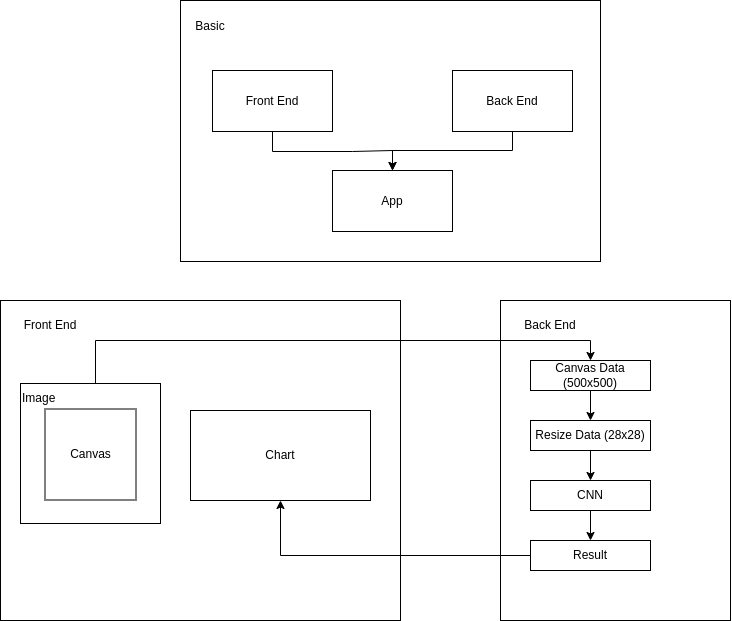
This is assets/mnist_proj_flowchart.drawio.png from anuj-nair/mnist_proj, a draw.io export, as it was before one commit. Source tidied: cells renumbered, new cells last; positions are measured from the earlier drawing's top-left corner, leaving out a move shared by most shapes.
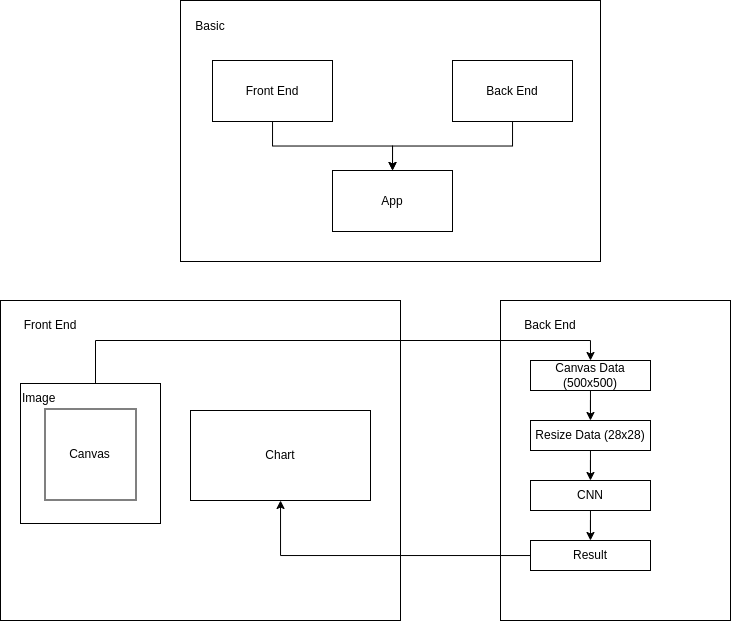
The same diagram one commit later.

Diff of the diagram source:
```diff
@@ -18,18 +18,13 @@
       <mxGeometry relative="1" as="geometry" />
     </mxCell>
     <mxCell id="7" value="Front End" style="rounded=0;whiteSpace=wrap;html=1;" parent="1" vertex="1">
-      <mxGeometry x="212" y="70" width="120" height="61" as="geometry" />
+      <mxGeometry x="212" y="60" width="120" height="61" as="geometry" />
     </mxCell>
-    <mxCell id="8" style="edgeStyle=orthogonalEdgeStyle;rounded=0;jettySize=auto;html=1;exitX=0.5;exitY=1;exitDx=0;exitDy=0;" parent="1" edge="1" source="9" target="10">
-      <mxGeometry relative="1" as="geometry">
-        <Array as="points">
-          <mxPoint x="512" y="150" />
-          <mxPoint x="392" y="150" />
-        </Array>
-      </mxGeometry>
+    <mxCell id="8" style="edgeStyle=orthogonalEdgeStyle;rounded=0;jettySize=auto;html=1;entryX=0.5;entryY=0;entryDx=0;entryDy=0;" parent="1" edge="1" source="9" target="10">
+      <mxGeometry relative="1" as="geometry" />
     </mxCell>
     <mxCell id="9" value="Back End" style="rounded=0;whiteSpace=wrap;html=1;" parent="1" vertex="1">
-      <mxGeometry x="452" y="70" width="120" height="61" as="geometry" />
+      <mxGeometry x="452" y="60" width="120" height="61" as="geometry" />
     </mxCell>
     <mxCell id="10" value="App" style="rounded=0;whiteSpace=wrap;html=1;" parent="1" vertex="1">
       <mxGeometry x="332" y="170" width="120" height="61" as="geometry" />
```
